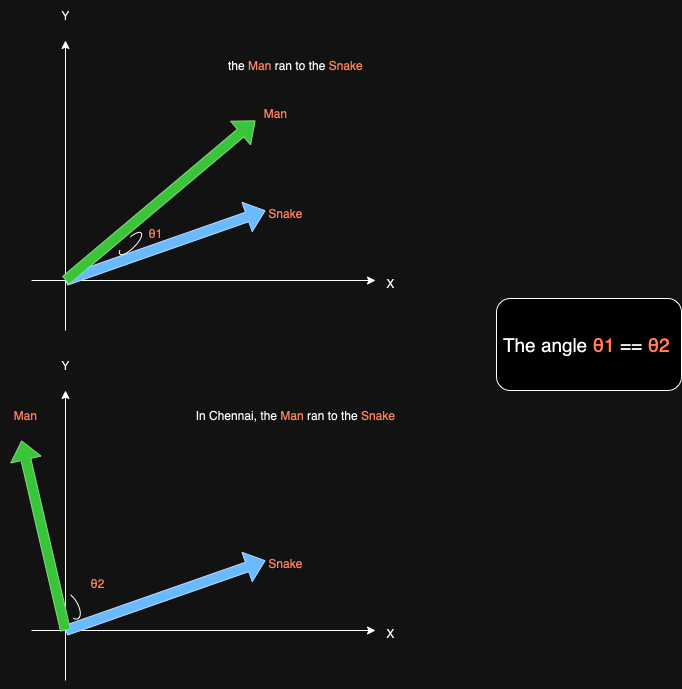
This is Visuals/02_RoPE.png from bala1802/LLM_From_Scratch, a draw.io export, as it was before one commit. Source tidied: cells renumbered, new cells last; positions are measured from the earlier drawing's top-left corner, leaving out a move shared by most shapes.
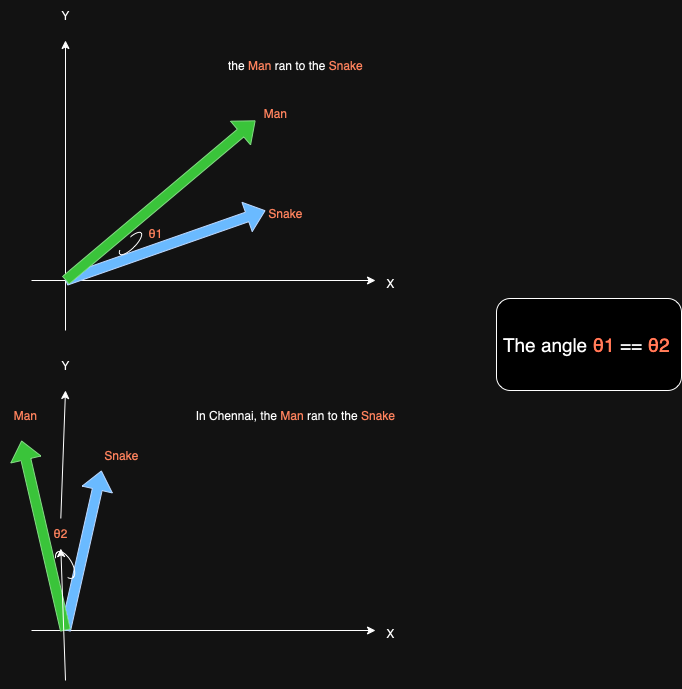
After the commit.

Commit message:
RoPE in Progress

The edit, as a diff of the source:
```diff
@@ -47,9 +47,8 @@
     <mxCell id="12" value="the &lt;font color=&quot;#ff2600&quot;&gt;Man&lt;/font&gt; ran to the &lt;font color=&quot;#ff2600&quot;&gt;Snake&lt;/font&gt;" style="text;html=1;align=center;verticalAlign=middle;strokeColor=none;fillColor=none;" parent="1" vertex="1">
       <mxGeometry x="215" y="50" width="160" height="30" as="geometry" />
     </mxCell>
-    <mxCell id="13" style="endArrow=classic;html=1;rounded=0;" parent="1" edge="1">
+    <mxCell id="13" style="endArrow=classic;html=1;rounded=0;" parent="1" edge="1" source="19">
       <mxGeometry relative="1" as="geometry">
-        <mxPoint x="65" y="680" as="sourcePoint" />
         <mxPoint x="65" y="390" as="targetPoint" />
       </mxGeometry>
     </mxCell>
@@ -62,11 +61,11 @@
     <mxCell id="15" style="shape=flexArrow;endArrow=classic;html=1;rounded=0;fillColor=#0050ef;strokeColor=#001DBC;" parent="1" edge="1">
       <mxGeometry relative="1" as="geometry">
         <mxPoint x="65" y="630" as="sourcePoint" />
-        <mxPoint x="265" y="560" as="targetPoint" />
+        <mxPoint x="101" y="470" as="targetPoint" />
       </mxGeometry>
     </mxCell>
     <mxCell id="16" value="&lt;font color=&quot;#ff2600&quot;&gt;Snake&lt;/font&gt;" style="text;html=1;align=center;verticalAlign=middle;strokeColor=none;fillColor=none;" parent="1" vertex="1">
-      <mxGeometry x="255" y="548" width="60" height="30" as="geometry" />
+      <mxGeometry x="91" y="440" width="60" height="30" as="geometry" />
     </mxCell>
     <mxCell id="17" style="shape=flexArrow;endArrow=classic;html=1;rounded=0;fillColor=#008a00;strokeColor=#005700;" parent="1" edge="1">
       <mxGeometry relative="1" as="geometry">
@@ -74,12 +73,9 @@
         <mxPoint x="21" y="440" as="targetPoint" />
       </mxGeometry>
     </mxCell>
-    <mxCell id="18" style="verticalLabelPosition=bottom;verticalAlign=top;html=1;shape=mxgraph.basic.arc;startAngle=0.635397189710242;endAngle=0.1;rotation=-210;" parent="1" vertex="1">
-      <mxGeometry x="63.3" y="590.7" width="14" height="29.4" as="geometry" />
+    <mxCell id="18" style="verticalLabelPosition=bottom;verticalAlign=top;html=1;shape=mxgraph.basic.arc;startAngle=0.375;endAngle=0.1;rotation=-210;" parent="1" vertex="1">
+      <mxGeometry x="57.6" y="549.5" width="14" height="30" as="geometry" />
     </mxCell>
-    <mxCell id="19" value="&lt;font color=&quot;#ff2600&quot;&gt;θ2&lt;/font&gt;" style="text;html=1;align=center;verticalAlign=middle;points=[];strokeColor=none;fillColor=none;" parent="1" vertex="1">
-      <mxGeometry x="77.3" y="568" width="40" height="30" as="geometry" />
-    </mxCell>
     <mxCell id="20" value="&lt;font color=&quot;#ff2600&quot;&gt;Man&lt;/font&gt;" style="text;html=1;align=center;verticalAlign=middle;strokeColor=none;fillColor=none;" parent="1" vertex="1">
       <mxGeometry x="-0.2" y="400" width="50" height="30" as="geometry" />
     </mxCell>
@@ -98,5 +94,13 @@
     <mxCell id="25" value="&lt;font style=&quot;font-size: 19px;&quot;&gt;The angle&amp;nbsp;&lt;font color=&quot;#ff2600&quot;&gt;θ1&lt;/font&gt; ==&amp;nbsp;&lt;font color=&quot;#ff2600&quot;&gt;θ2&lt;/font&gt;&lt;/font&gt;" style="text;html=1;align=center;verticalAlign=middle;strokeColor=none;fillColor=none;" parent="1" vertex="1">
       <mxGeometry x="491" y="324" width="190" height="40" as="geometry" />
     </mxCell>
+    <mxCell id="26" style="endArrow=classic;html=1;rounded=0;" parent="1" edge="1" target="19">
+      <mxGeometry relative="1" as="geometry">
+        <mxPoint x="65" y="680" as="sourcePoint" />
+      </mxGeometry>
+    </mxCell>
+    <mxCell id="19" value="&lt;font color=&quot;#ff2600&quot;&gt;θ2&lt;/font&gt;" style="text;html=1;align=center;verticalAlign=middle;points=[];strokeColor=none;fillColor=none;" parent="1" vertex="1">
+      <mxGeometry x="39.8" y="518" width="40" height="30" as="geometry" />
+    </mxCell>
   </root>
 </mxGraphModel>
```
